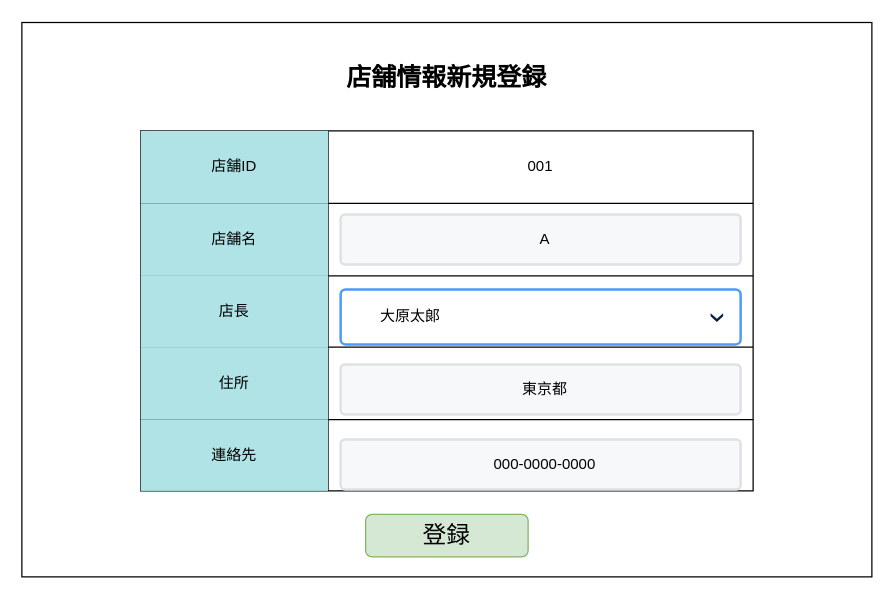
HaruShim/Sotuken keeps this draw.io diagram as page "S02-02 店舗情報新規登録" (2 of 4) of 各種設計書/6.画面設計書/S02_店舗マスタ.drawio. Above is the earlier version. Source tidied: cells renumbered, new cells numbered last; positions are measured from the earlier drawing's top-left corner, leaving out a move shared by most shapes. Both pictures are drawn from the tidied source at 125%, with x=0, y=0 at pixel (21, 21). Pictures stored in the file or linked from it are replaced by grey dashed boxes.
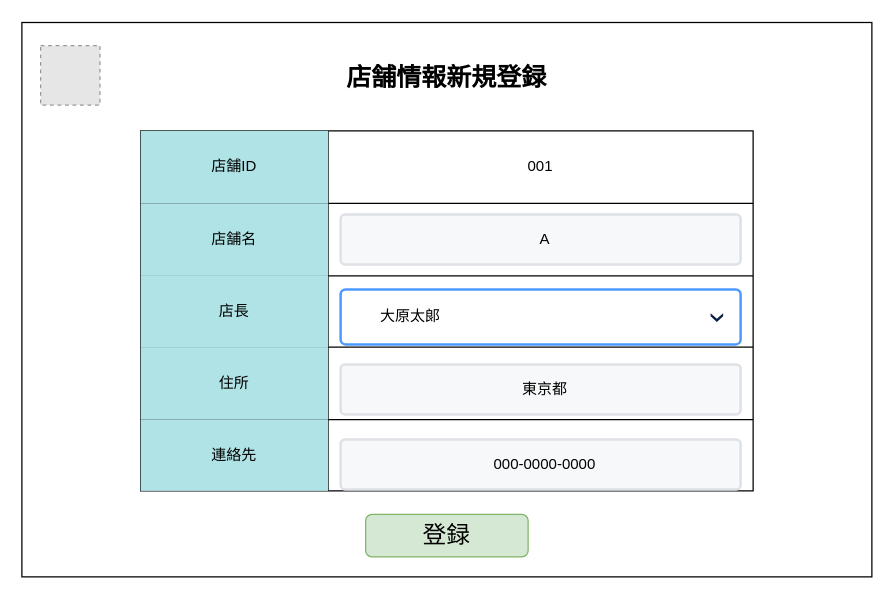
The same page after the edit.

Change to the diagram source:
```diff
@@
+    <mxCell id="28" style="fillColor=#E6E6E6;strokeColor=#999999;dashed=1;html=1;verticalAlign=top;verticalLabelPosition=bottom;labelBackgroundColor=#ffffff;" parent="1" vertex="1">
+      <mxGeometry x="15" y="19" width="47.5" height="47.5" as="geometry" />
+    </mxCell>
```
